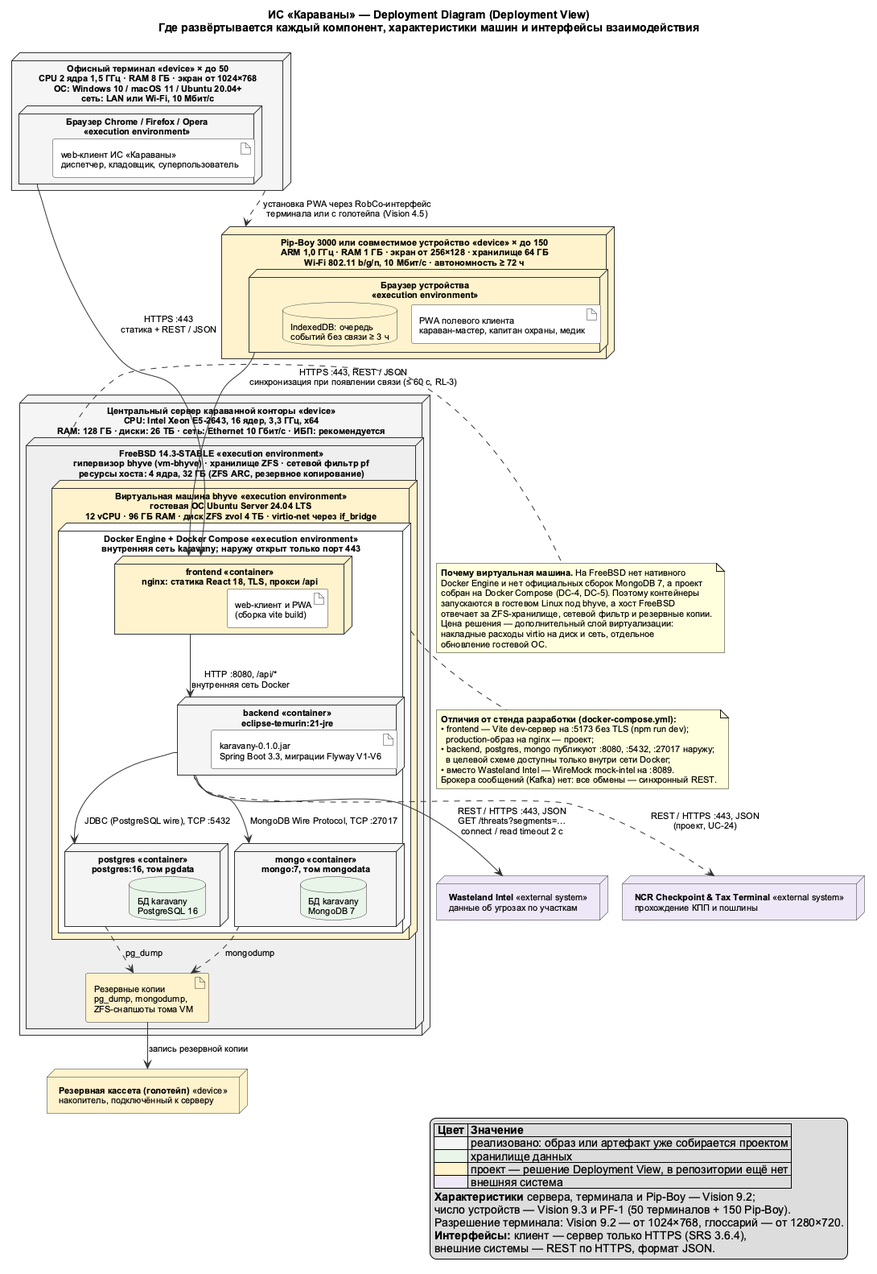
This is docs/diagrams/out/DEP_DeploymentView.png from granikartem/MPI, a PlantUML export, as it was before one commit.
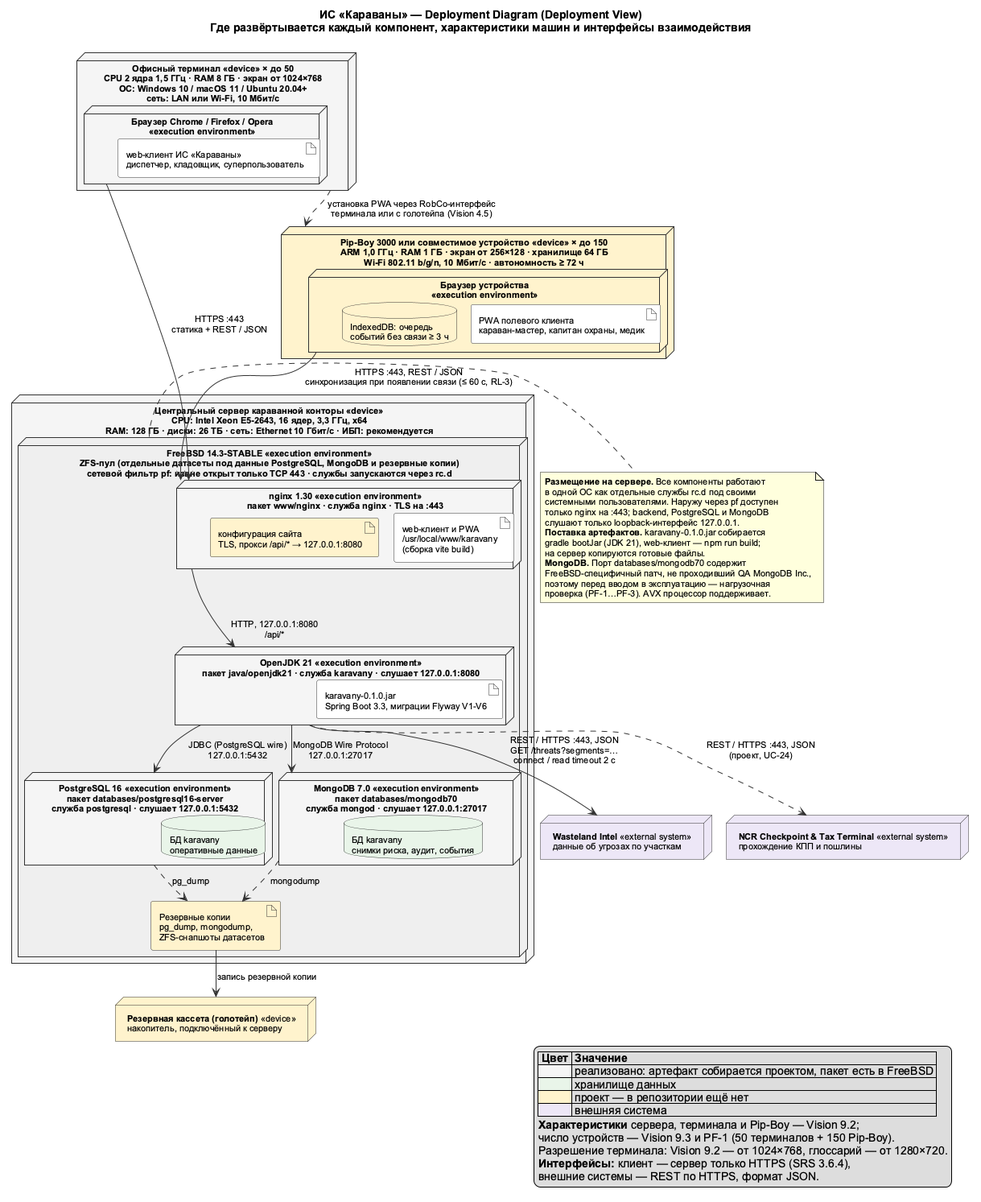
The same diagram one commit later.

The edit, as a diff of the source:
```diff
@@ -21,31 +21,26 @@
 
 node "**Центральный сервер караванной конторы** <<device>>\nCPU: Intel Xeon E5-2643, 16 ядер, 3,3 ГГц, x64\nRAM: 128 ГБ · диски: 26 ТБ · сеть: Ethernet 10 Гбит/с · ИБП: рекомендуется" as SRV {
 
-  node "**FreeBSD 14.3-STABLE** <<execution environment>>\nгипервизор bhyve (vm-bhyve) · хранилище ZFS · сетевой фильтр pf\nресурсы хоста: 4 ядра, 32 ГБ (ZFS ARC, резервное копирование)" as HOST #EEEEEE {
+  node "**FreeBSD 14.3-STABLE** <<execution environment>>\nZFS-пул (отдельные датасеты под данные PostgreSQL, MongoDB и резервные копии)\nсетевой фильтр pf: извне открыт только TCP 443 · службы запускаются через rc.d" as OS #EEEEEE {
 
-    node "**Виртуальная машина bhyve** <<execution environment>>\nгостевая ОС Ubuntu Server 24.04 LTS\n12 vCPU · 96 ГБ RAM · диск ZFS zvol 4 ТБ · virtio-net через if_bridge" as VM #FFF2CC {
-
-      node "**Docker Engine + Docker Compose** <<execution environment>>\nвнутренняя сеть karavany; наружу открыт только порт 443" as DOCKER #FFFFFF {
-
-        node "frontend <<container>>\nnginx: статика React 18, TLS, прокси /api" as C_FRONT #FFF2CC {
-          artifact "web-клиент и PWA\n(сборка vite build)" as A_WEB
-        }
-
-        node "backend <<container>>\neclipse-temurin:21-jre" as C_BACK {
-          artifact "karavany-0.1.0.jar\nSpring Boot 3.3, миграции Flyway V1-V6" as A_JAR
-        }
-
-        node "postgres <<container>>\npostgres:16, том pgdata" as C_PG {
-          database "БД karavany\nPostgreSQL 16" as DB_PG
-        }
-
-        node "mongo <<container>>\nmongo:7, том mongodata" as C_MONGO {
-          database "БД karavany\nMongoDB 7" as DB_MONGO
-        }
-      }
+    node "**nginx 1.30** <<execution environment>>\nпакет www/nginx · служба nginx · TLS на :443" as NGINX {
+      artifact "web-клиент и PWA\n/usr/local/www/karavany\n(сборка vite build)" as A_WEB
+      artifact "конфигурация сайта\nTLS, прокси /api/* → 127.0.0.1:8080" as A_NGINX_CONF #FFF2CC
     }
 
-    artifact "Резервные копии\npg_dump, mongodump,\nZFS-снапшоты тома VM" as A_BACKUP #FFF2CC
+    node "**OpenJDK 21** <<execution environment>>\nпакет java/openjdk21 · служба karavany · слушает 127.0.0.1:8080" as JVM {
+      artifact "karavany-0.1.0.jar\nSpring Boot 3.3, миграции Flyway V1-V6" as A_JAR
+    }
+
+    node "**PostgreSQL 16** <<execution environment>>\nпакет databases/postgresql16-server\nслужба postgresql · слушает 127.0.0.1:5432" as PG {
+      database "БД karavany\nоперативные данные" as DB_PG
+    }
+
+    node "**MongoDB 7.0** <<execution environment>>\nпакет databases/mongodb70\nслужба mongod · слушает 127.0.0.1:27017" as MONGO {
+      database "БД karavany\nснимки риска, аудит, события" as DB_MONGO
+    }
+
+    artifact "Резервные копии\npg_dump, mongodump,\nZFS-снапшоты датасетов" as A_BACKUP #FFF2CC
   }
 }
 
@@ -67,44 +62,38 @@
 node "**Wasteland Intel** <<external system>>\nданные об угрозах по участкам" as WI #EDE7F6
 node "**NCR Checkpoint & Tax Terminal** <<external system>>\nпрохождение КПП и пошлины" as NCR #EDE7F6
 
-BROWSER --> C_FRONT : HTTPS :443\nстатика + REST / JSON
-PIP_BROWSER --> C_FRONT : HTTPS :443, REST / JSON\nсинхронизация при появлении связи (≤ 60 с, RL-3)
-C_FRONT --> C_BACK : HTTP :8080, /api/*\nвнутренняя сеть Docker
-C_BACK --> C_PG : JDBC (PostgreSQL wire), TCP :5432
-C_BACK --> C_MONGO : MongoDB Wire Protocol, TCP :27017
-C_BACK --> WI : REST / HTTPS :443, JSON\nGET /threats?segments=…\nconnect / read timeout 2 с
-C_BACK ..> NCR : REST / HTTPS :443, JSON\n(проект, UC-24)
-C_PG ..> A_BACKUP : pg_dump
-C_MONGO ..> A_BACKUP : mongodump
+BROWSER --> NGINX : HTTPS :443\nстатика + REST / JSON
+PIP_BROWSER --> NGINX : HTTPS :443, REST / JSON\nсинхронизация при появлении связи (≤ 60 с, RL-3)
+NGINX --> JVM : HTTP, 127.0.0.1:8080\n/api/*
+JVM --> PG : JDBC (PostgreSQL wire)\n127.0.0.1:5432
+JVM --> MONGO : MongoDB Wire Protocol\n127.0.0.1:27017
+JVM --> WI : REST / HTTPS :443, JSON\nGET /threats?segments=…\nconnect / read timeout 2 с
+JVM ..> NCR : REST / HTTPS :443, JSON\n(проект, UC-24)
+PG ..> A_BACKUP : pg_dump
+MONGO ..> A_BACKUP : mongodump
 A_BACKUP --> HOLO : запись резервной копии
 TERM ..> PIP : установка PWA через RobCo-интерфейс\nтерминала или с голотейпа (Vision 4.5)
 
-note right of HOST
-  **Почему виртуальная машина.** На FreeBSD нет нативного
-  Docker Engine и нет официальных сборок MongoDB 7, а проект
-  собран на Docker Compose (DC-4, DC-5). Поэтому контейнеры
-  запускаются в гостевом Linux под bhyve, а хост FreeBSD
-  отвечает за ZFS-хранилище, сетевой фильтр и резервные копии.
-  Цена решения — дополнительный слой виртуализации:
-  накладные расходы virtio на диск и сеть, отдельное
-  обновление гостевой ОС.
-end note
-
-note bottom of DOCKER
-  **Отличия от стенда разработки (docker-compose.yml):**
-  • frontend — Vite dev-сервер на :5173 без TLS (npm run dev);
-    production-образ на nginx — проект;
-  • backend, postgres, mongo публикуют :8080, :5432, :27017 наружу;
-    в целевой схеме доступны только внутри сети Docker;
-  • вместо Wasteland Intel — WireMock mock-intel на :8089.
-  Брокера сообщений (Kafka) нет: все обмены — синхронный REST.
+note right of OS
+  **Размещение на сервере.** Все компоненты работают
+  в одной ОС как отдельные службы rc.d под своими
+  системными пользователями. Наружу через pf доступен
+  только nginx на :443; backend, PostgreSQL и MongoDB
+  слушают только loopback-интерфейс 127.0.0.1.
+  **Поставка артефактов.** karavany-0.1.0.jar собирается
+  gradle bootJar (JDK 21), web-клиент — npm run build;
+  на сервер копируются готовые файлы.
+  **MongoDB.** Порт databases/mongodb70 содержит
+  FreeBSD-специфичный патч, не проходивший QA MongoDB Inc.,
+  поэтому перед вводом в эксплуатацию — нагрузочная
+  проверка (PF-1…PF-3). AVX процессор поддерживает.
 end note
 
 legend right
   |= Цвет |= Значение |
-  | <#F5F5F5> | реализовано: образ или артефакт уже собирается проектом |
+  | <#F5F5F5> | реализовано: артефакт собирается проектом, пакет есть в FreeBSD |
   | <#E8F5E9> | хранилище данных |
-  | <#FFF2CC> | проект — решение Deployment View, в репозитории ещё нет |
+  | <#FFF2CC> | проект — в репозитории ещё нет |
   | <#EDE7F6> | внешняя система |
   **Характеристики** сервера, терминала и Pip-Boy — Vision 9.2;
   число устройств — Vision 9.3 и PF-1 (50 терминалов + 150 Pip-Boy).
```
